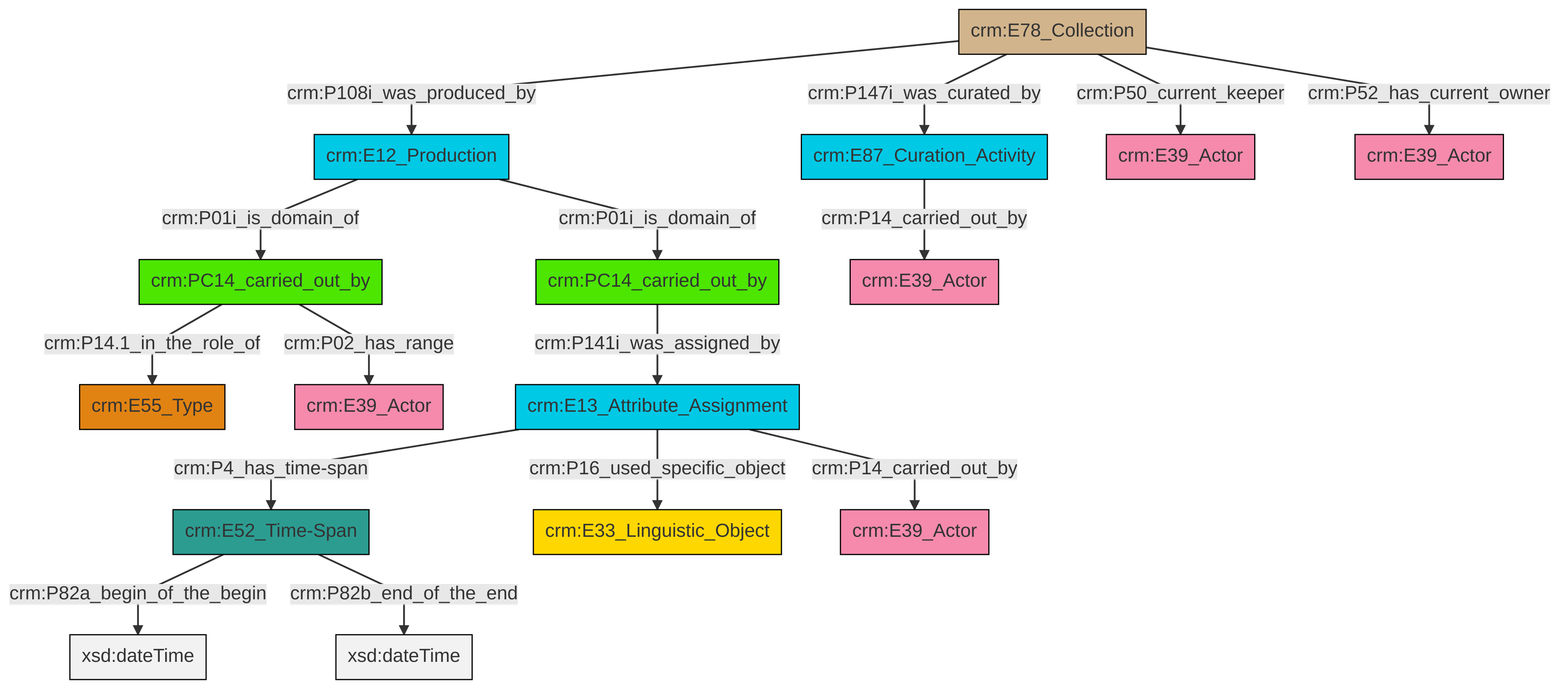
This is et/archivalCSV/ttl/mmd/png/archival_relation.png from swiss-art-research-net/docs.swissartresearch, a Mermaid export, as it was before one commit. Its source is kept beside it as et/archivalCSV/ttl/mmd/archival_relation.ttl.mmd.
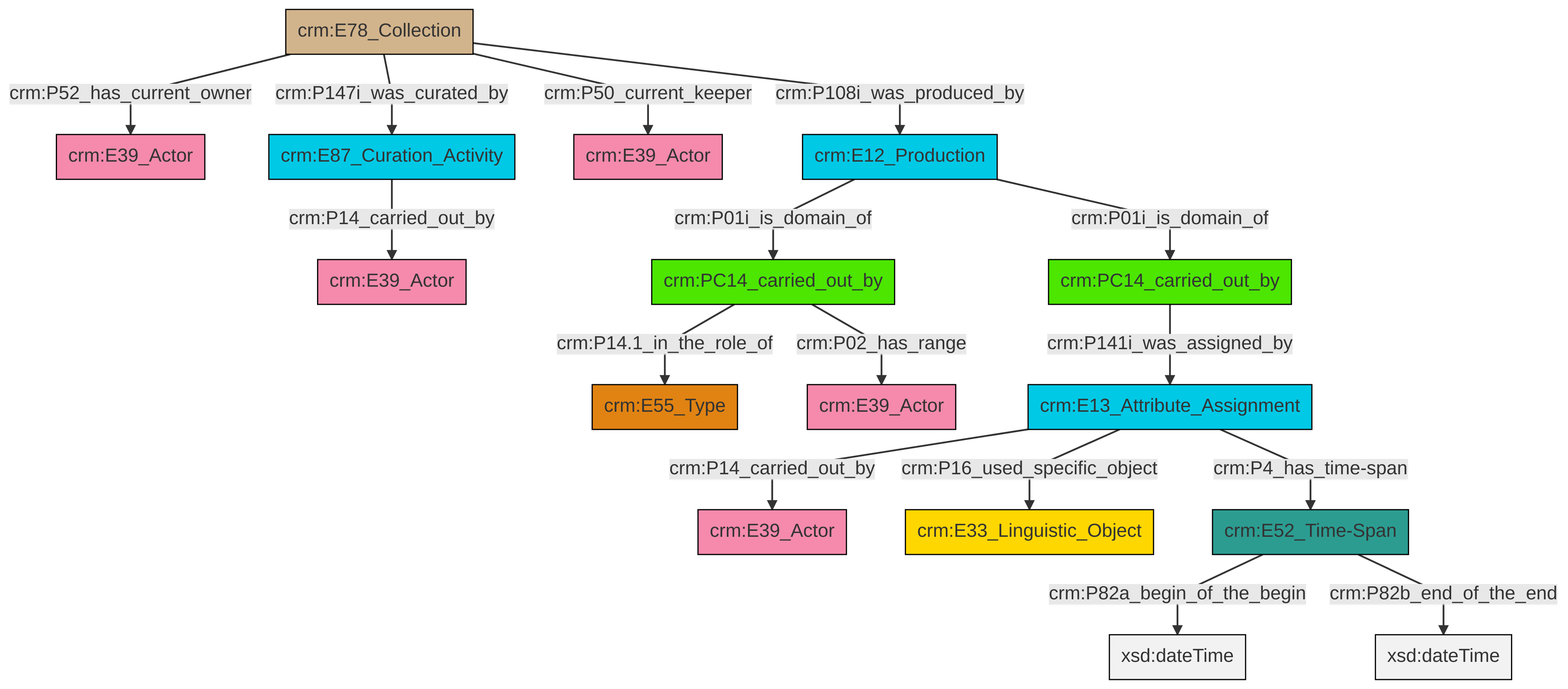
Above is the later version.

The edit, as a diff of the source:
```diff
@@ -13,18 +13,18 @@
 classDef PC_Classes fill:#4ce600, stroke:#000000;
 classDef Multi fill:#cccccc,stroke:#000000;
 
-2["crm:PC14_carried_out_by"]:::PC_Classes -->|crm:P14.1_in_the_role_of| 0["crm:E55_Type"]:::Type
-7["crm:E78_Collection"]:::Physical_Thing -->|crm:P147i_was_curated_by| 8["crm:E87_Curation_Activity"]:::Temporal_Entity
-12["crm:E12_Production"]:::Temporal_Entity -->|crm:P01i_is_domain_of| 13["crm:PC14_carried_out_by"]:::PC_Classes
-7["crm:E78_Collection"]:::Physical_Thing -->|crm:P50_current_keeper| 14["crm:E39_Actor"]:::Actor
-7["crm:E78_Collection"]:::Physical_Thing -->|crm:P108i_was_produced_by| 12["crm:E12_Production"]:::Temporal_Entity
-16["crm:E13_Attribute_Assignment"]:::Temporal_Entity -->|crm:P14_carried_out_by| 17["crm:E39_Actor"]:::Actor
-13["crm:PC14_carried_out_by"]:::PC_Classes -->|crm:P141i_was_assigned_by| 16["crm:E13_Attribute_Assignment"]:::Temporal_Entity
-2["crm:PC14_carried_out_by"]:::PC_Classes -->|crm:P02_has_range| 10["crm:E39_Actor"]:::Actor
-16["crm:E13_Attribute_Assignment"]:::Temporal_Entity -->|crm:P16_used_specific_object| 5["crm:E33_Linguistic_Object"]:::Conceptual_Object
-3["crm:E52_Time-Span"]:::Time-Span -->|crm:P82a_begin_of_the_begin| 21[xsd:dateTime]:::Literal
-12["crm:E12_Production"]:::Temporal_Entity -->|crm:P01i_is_domain_of| 2["crm:PC14_carried_out_by"]:::PC_Classes
-7["crm:E78_Collection"]:::Physical_Thing -->|crm:P52_has_current_owner| 19["crm:E39_Actor"]:::Actor
-3["crm:E52_Time-Span"]:::Time-Span -->|crm:P82b_end_of_the_end| 23[xsd:dateTime]:::Literal
-16["crm:E13_Attribute_Assignment"]:::Temporal_Entity -->|crm:P4_has_time-span| 3["crm:E52_Time-Span"]:::Time-Span
-8["crm:E87_Curation_Activity"]:::Temporal_Entity -->|crm:P14_carried_out_by| 24["crm:E39_Actor"]:::Actor
+2["crm:E12_Production"]:::Temporal_Entity -->|crm:P01i_is_domain_of| 3["crm:PC14_carried_out_by"]:::PC_Classes
+4["crm:E52_Time-Span"]:::Time-Span -->|crm:P82a_begin_of_the_begin| 5[xsd:dateTime]:::Literal
+12["crm:E13_Attribute_Assignment"]:::Temporal_Entity -->|crm:P14_carried_out_by| 6["crm:E39_Actor"]:::Actor
+3["crm:PC14_carried_out_by"]:::PC_Classes -->|crm:P14.1_in_the_role_of| 13["crm:E55_Type"]:::Type
+14["crm:E87_Curation_Activity"]:::Temporal_Entity -->|crm:P14_carried_out_by| 10["crm:E39_Actor"]:::Actor
+12["crm:E13_Attribute_Assignment"]:::Temporal_Entity -->|crm:P16_used_specific_object| 18["crm:E33_Linguistic_Object"]:::Conceptual_Object
+12["crm:E13_Attribute_Assignment"]:::Temporal_Entity -->|crm:P4_has_time-span| 4["crm:E52_Time-Span"]:::Time-Span
+3["crm:PC14_carried_out_by"]:::PC_Classes -->|crm:P02_has_range| 0["crm:E39_Actor"]:::Actor
+4["crm:E52_Time-Span"]:::Time-Span -->|crm:P82b_end_of_the_end| 19[xsd:dateTime]:::Literal
+2["crm:E12_Production"]:::Temporal_Entity -->|crm:P01i_is_domain_of| 8["crm:PC14_carried_out_by"]:::PC_Classes
+8["crm:PC14_carried_out_by"]:::PC_Classes -->|crm:P141i_was_assigned_by| 12["crm:E13_Attribute_Assignment"]:::Temporal_Entity
+23["crm:E78_Collection"]:::Physical_Thing -->|crm:P52_has_current_owner| 24["crm:E39_Actor"]:::Actor
+23["crm:E78_Collection"]:::Physical_Thing -->|crm:P147i_was_curated_by| 14["crm:E87_Curation_Activity"]:::Temporal_Entity
+23["crm:E78_Collection"]:::Physical_Thing -->|crm:P50_current_keeper| 21["crm:E39_Actor"]:::Actor
+23["crm:E78_Collection"]:::Physical_Thing -->|crm:P108i_was_produced_by| 2["crm:E12_Production"]:::Temporal_Entity
```
